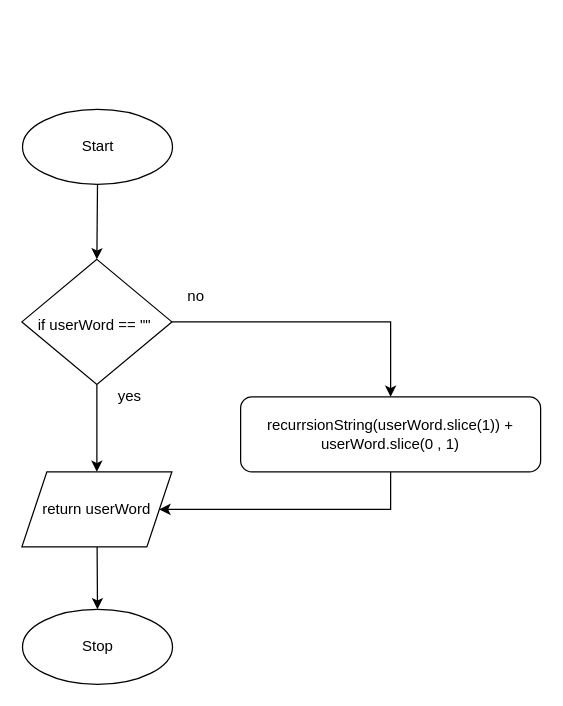
The draw.io diagram Drawio/Flowchart1.drawio in JacksonNaufal/ics4u-unit3-01-typescript, before the edit. Source tidied: cells renumbered, new cells numbered last; positions are measured from the earlier drawing's top-left corner, leaving out a move shared by most shapes. Both pictures are drawn from the tidied source at 125%, with x=0, y=0 at pixel (21, 109).
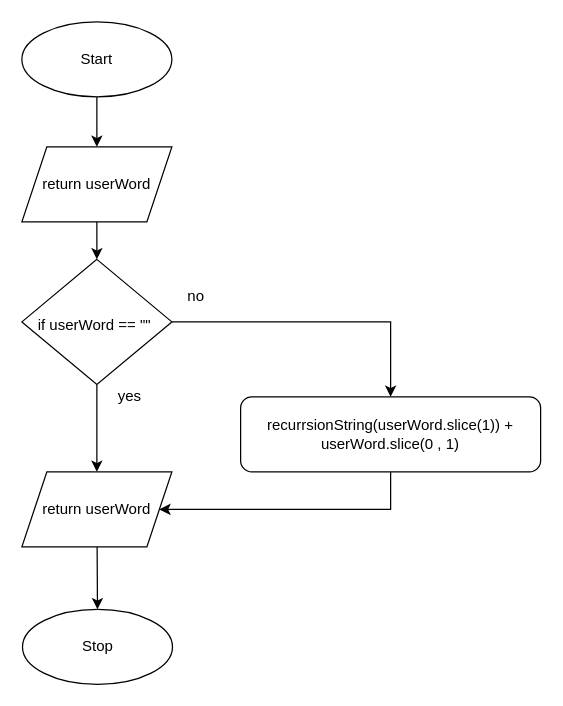
After the change.

Change to the diagram source:
```diff
@@
 <mxGraphModel>
   <root>
     <mxCell id="0" />
     <mxCell id="1" parent="0" />
-    <mxCell id="2" style="edgeStyle=none;html=1;entryX=0.5;entryY=0;entryDx=0;entryDy=0;" parent="1" edge="1" source="3" target="7">
-      <mxGeometry relative="1" as="geometry" />
-    </mxCell>
+    <mxCell id="14" style="edgeStyle=none;html=1;entryX=0.5;entryY=0;entryDx=0;entryDy=0;" parent="1" edge="1" source="3" target="16">
+      <mxGeometry relative="1" as="geometry" />
+    </mxCell>
     <mxCell id="3" value="Start" style="ellipse;whiteSpace=wrap;html=1;" parent="1" vertex="1">
-      <mxGeometry x="0.5" width="120" height="60" as="geometry" />
+      <mxGeometry y="-70" width="120" height="60" as="geometry" />
     </mxCell>
     <mxCell id="4" value="Stop" style="ellipse;whiteSpace=wrap;html=1;" parent="1" vertex="1">
       <mxGeometry x="0.5" y="400" width="120" height="60" as="geometry" />
     </mxCell>
     <mxCell id="5" style="edgeStyle=none;html=1;entryX=0.5;entryY=0;entryDx=0;entryDy=0;fontSize=12;" parent="1" edge="1" source="7" target="11">
       <mxGeometry relative="1" as="geometry" />
     </mxCell>
     <mxCell id="6" style="edgeStyle=none;html=1;entryX=0.5;entryY=0;entryDx=0;entryDy=0;rounded=0;" parent="1" edge="1" source="7" target="13">
       <mxGeometry relative="1" as="geometry">
         <Array as="points">
           <mxPoint x="295" y="170" />
         </Array>
       </mxGeometry>
     </mxCell>
     <mxCell id="7" value="&lt;font style=&quot;font-size: 12px&quot;&gt;if userWord == &quot;&quot;&amp;nbsp;&lt;/font&gt;" style="rhombus;whiteSpace=wrap;html=1;fontSize=22;" parent="1" vertex="1">
       <mxGeometry y="120" width="120" height="100" as="geometry" />
     </mxCell>
     <mxCell id="8" value="no" style="text;html=1;align=center;verticalAlign=middle;strokeColor=none;fillColor=none;fontSize=12;" parent="1" vertex="1">
       <mxGeometry x="124.4" y="140" width="30" height="20" as="geometry" />
     </mxCell>
     <mxCell id="9" value="yes" style="text;html=1;align=center;verticalAlign=middle;strokeColor=none;fillColor=none;fontSize=12;" parent="1" vertex="1">
       <mxGeometry x="71" y="220" width="30" height="20" as="geometry" />
     </mxCell>
     <mxCell id="10" style="edgeStyle=none;html=1;entryX=0.5;entryY=0;entryDx=0;entryDy=0;" parent="1" edge="1" source="11" target="4">
       <mxGeometry relative="1" as="geometry" />
     </mxCell>
     <mxCell id="11" value="return userWord" style="shape=parallelogram;perimeter=parallelogramPerimeter;whiteSpace=wrap;html=1;fixedSize=1;" parent="1" vertex="1">
       <mxGeometry y="290" width="120" height="60" as="geometry" />
     </mxCell>
     <mxCell id="12" style="edgeStyle=none;html=1;entryX=1;entryY=0.5;entryDx=0;entryDy=0;rounded=0;" parent="1" edge="1" source="13" target="11">
       <mxGeometry relative="1" as="geometry">
         <Array as="points">
           <mxPoint x="295" y="320" />
         </Array>
       </mxGeometry>
     </mxCell>
     <mxCell id="13" value="recurrsionString(userWord.slice(1)) + userWord.slice(0 , 1)" style="rounded=1;whiteSpace=wrap;html=1;" parent="1" vertex="1">
       <mxGeometry x="175" y="230" width="240" height="60" as="geometry" />
     </mxCell>
+    <mxCell id="15" style="edgeStyle=none;html=1;entryX=0.5;entryY=0;entryDx=0;entryDy=0;" parent="1" edge="1" source="16" target="7">
+      <mxGeometry relative="1" as="geometry" />
+    </mxCell>
+    <mxCell id="16" value="return userWord" style="shape=parallelogram;perimeter=parallelogramPerimeter;whiteSpace=wrap;html=1;fixedSize=1;" parent="1" vertex="1">
+      <mxGeometry y="30" width="120" height="60" as="geometry" />
+    </mxCell>
   </root>
 </mxGraphModel>
```
